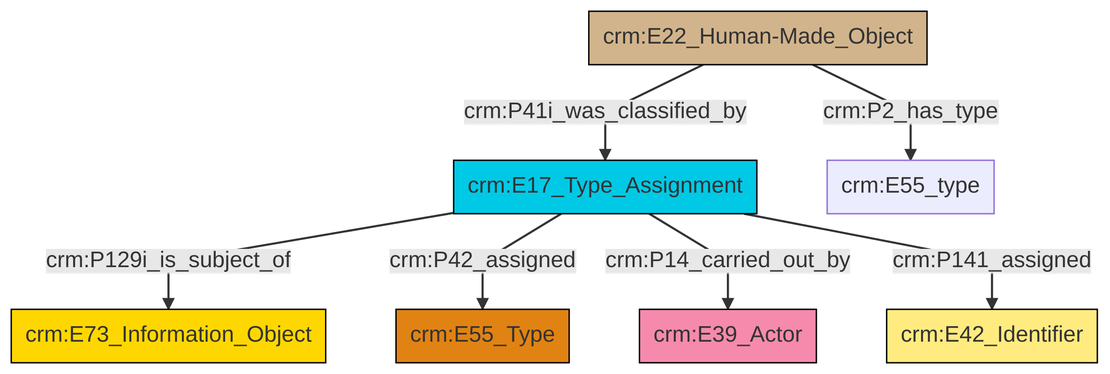
This is et/builtWorkCSV/ttl/mmd/png/Built_Work_designation_status.png from swiss-art-research-net/reference-data-models, a Mermaid export, as it was before one commit. Its source is kept beside it as et/builtWorkCSV/ttl/mmd/Built_Work_designation_status.ttl.mmd.
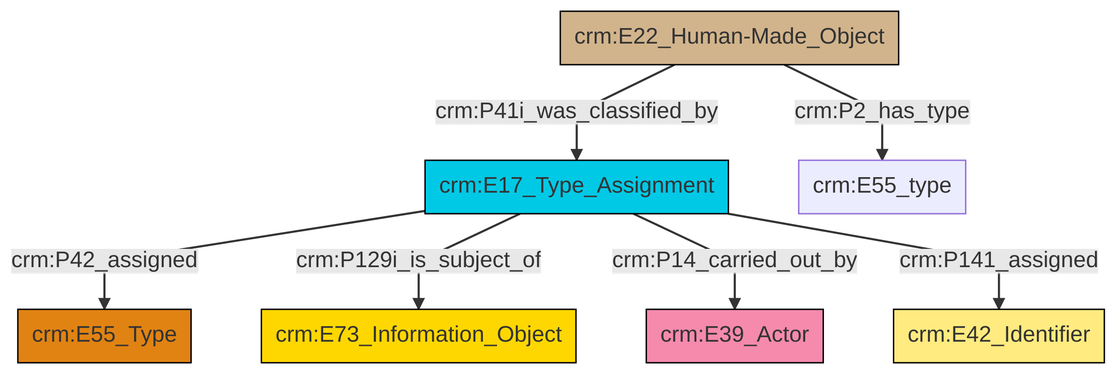
The same file after the commit.

Change to the diagram source:
```diff
@@ -13,9 +13,9 @@
 classDef PC_Classes fill:#4ce600, stroke:#000000;
 classDef Multi fill:#cccccc,stroke:#000000;
 
-0["crm:E17_Type_Assignment"]:::Temporal_Entity -->|crm:P129i_is_subject_of| 1["crm:E73_Information_Object"]:::Conceptual_Object
-0["crm:E17_Type_Assignment"]:::Temporal_Entity -->|crm:P42_assigned| 2["crm:E55_Type"]:::Type
-8["crm:E22_Human-Made_Object"]:::Physical_Thing -->|crm:P2_has_type| 9["crm:E55_type"]:::Default
-8["crm:E22_Human-Made_Object"]:::Physical_Thing -->|crm:P41i_was_classified_by| 0["crm:E17_Type_Assignment"]:::Temporal_Entity
-0["crm:E17_Type_Assignment"]:::Temporal_Entity -->|crm:P14_carried_out_by| 3["crm:E39_Actor"]:::Actor
-0["crm:E17_Type_Assignment"]:::Temporal_Entity -->|crm:P141_assigned| 5["crm:E42_Identifier"]:::Appellation
+4["crm:E17_Type_Assignment"]:::Temporal_Entity -->|crm:P42_assigned| 2["crm:E55_Type"]:::Type
+4["crm:E17_Type_Assignment"]:::Temporal_Entity -->|crm:P129i_is_subject_of| 7["crm:E73_Information_Object"]:::Conceptual_Object
+0["crm:E22_Human-Made_Object"]:::Physical_Thing -->|crm:P41i_was_classified_by| 4["crm:E17_Type_Assignment"]:::Temporal_Entity
+4["crm:E17_Type_Assignment"]:::Temporal_Entity -->|crm:P14_carried_out_by| 9["crm:E39_Actor"]:::Actor
+4["crm:E17_Type_Assignment"]:::Temporal_Entity -->|crm:P141_assigned| 11["crm:E42_Identifier"]:::Appellation
+0["crm:E22_Human-Made_Object"]:::Physical_Thing -->|crm:P2_has_type| 5["crm:E55_type"]:::Default
```
